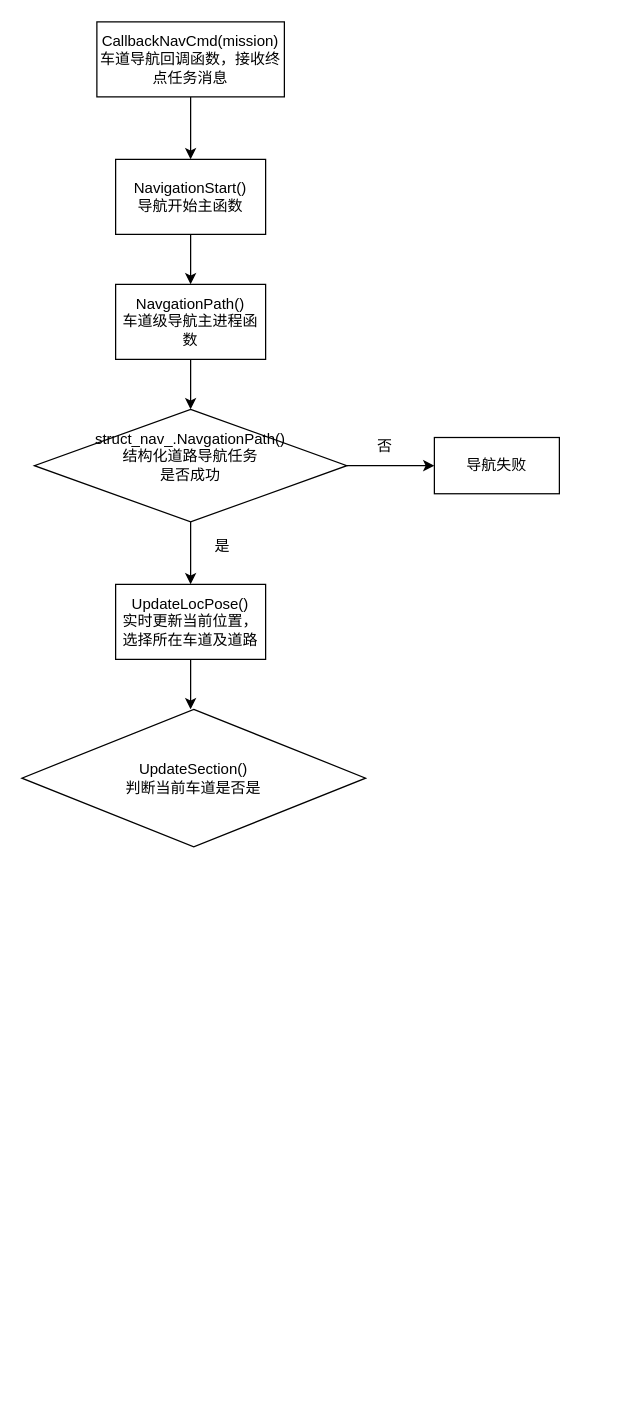
Above: mapengine4.drawio in geerniya/draw_io (draw.io), before the change. Source tidied: cells renumbered, new cells numbered last; positions are measured from the earlier drawing's top-left corner, leaving out a move shared by most shapes. Both pictures are drawn from the tidied source at 125%, with x=0, y=0 at pixel (21, 21).
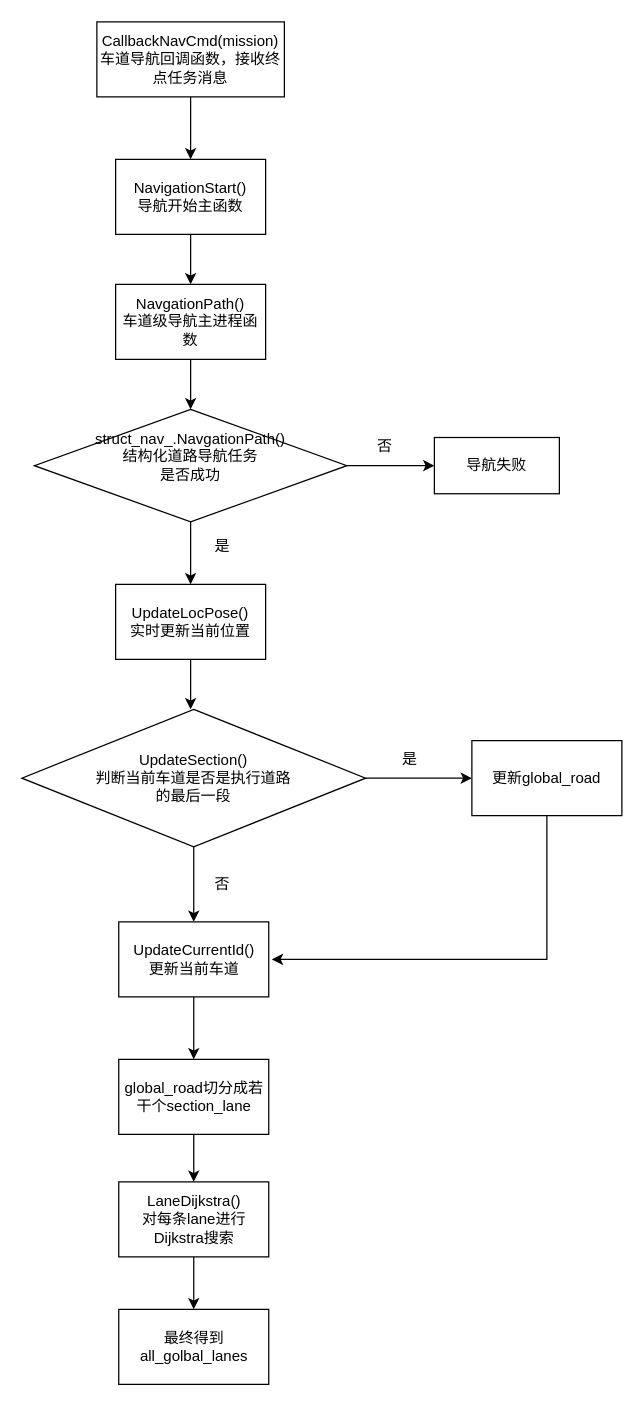
After the change.

The edit, as a diff of the source:
```diff
@@
-    <mxCell id="14" value="&lt;div&gt;UpdateLocPose()&lt;/div&gt;&lt;div&gt;实时更新当前位置，选择所在车道及道路&lt;br&gt;&lt;/div&gt;" style="whiteSpace=wrap;html=1;" parent="1" vertex="1">
+    <mxCell id="14" value="&lt;div&gt;UpdateLocPose()&lt;/div&gt;&lt;div&gt;实时更新当前位置&lt;br&gt;&lt;/div&gt;" style="whiteSpace=wrap;html=1;" parent="1" vertex="1">
       <mxGeometry x="75" y="450" width="120" height="60" as="geometry" />
     </mxCell>
@@
+    <mxCell id="17" style="edgeStyle=orthogonalEdgeStyle;rounded=0;jettySize=auto;html=1;" parent="1" edge="1" source="16" target="20">
+      <mxGeometry relative="1" as="geometry" />
+    </mxCell>
+    <mxCell id="18" style="edgeStyle=orthogonalEdgeStyle;rounded=0;jettySize=auto;html=1;" parent="1" edge="1" source="16" target="23">
+      <mxGeometry relative="1" as="geometry" />
+    </mxCell>
-    <mxCell id="16" value="&lt;div&gt;UpdateSection()&lt;/div&gt;&lt;div&gt;判断当前车道是否是&lt;br&gt;&lt;/div&gt;" style="rhombus;whiteSpace=wrap;html=1;" parent="1" vertex="1">
+    <mxCell id="16" value="&lt;div&gt;UpdateSection()&lt;/div&gt;&lt;div&gt;判断当前车道是否是执行道路&lt;/div&gt;&lt;div&gt;的最后一段&lt;br&gt;&lt;/div&gt;" style="rhombus;whiteSpace=wrap;html=1;" parent="1" vertex="1">
       <mxGeometry y="550" width="275" height="110" as="geometry" />
     </mxCell>
+    <mxCell id="19" style="edgeStyle=orthogonalEdgeStyle;rounded=0;jettySize=auto;html=1;" parent="1" edge="1" source="20">
+      <mxGeometry relative="1" as="geometry">
+        <mxPoint x="200" y="750" as="targetPoint" />
+        <Array as="points">
+          <mxPoint x="420" y="750" />
+        </Array>
+      </mxGeometry>
+    </mxCell>
+    <mxCell id="20" value="更新global_road" style="whiteSpace=wrap;html=1;" parent="1" vertex="1">
+      <mxGeometry x="360" y="575" width="120" height="60" as="geometry" />
+    </mxCell>
+    <mxCell id="21" value="是" style="text;html=1;align=center;verticalAlign=middle;strokeColor=none;fillColor=none;" parent="1" vertex="1">
+      <mxGeometry x="295" y="580" width="30" height="20" as="geometry" />
+    </mxCell>
+    <mxCell id="22" style="edgeStyle=orthogonalEdgeStyle;rounded=0;jettySize=auto;html=1;" parent="1" edge="1" source="23" target="26">
+      <mxGeometry relative="1" as="geometry" />
+    </mxCell>
+    <mxCell id="23" value="&lt;div&gt;UpdateCurrentId()&lt;/div&gt;&lt;div&gt;更新当前车道&lt;br&gt;&lt;/div&gt;" style="whiteSpace=wrap;html=1;" parent="1" vertex="1">
+      <mxGeometry x="77.5" y="720" width="120" height="60" as="geometry" />
+    </mxCell>
+    <mxCell id="24" value="否" style="text;html=1;align=center;verticalAlign=middle;strokeColor=none;fillColor=none;" parent="1" vertex="1">
+      <mxGeometry x="145" y="680" width="30" height="20" as="geometry" />
+    </mxCell>
+    <mxCell id="25" style="edgeStyle=orthogonalEdgeStyle;rounded=0;jettySize=auto;html=1;" parent="1" edge="1" source="26" target="28">
+      <mxGeometry relative="1" as="geometry" />
+    </mxCell>
+    <mxCell id="26" value="global_road切分成若干个section_lane" style="whiteSpace=wrap;html=1;" parent="1" vertex="1">
+      <mxGeometry x="77.5" y="830" width="120" height="60" as="geometry" />
+    </mxCell>
+    <mxCell id="27" style="edgeStyle=orthogonalEdgeStyle;rounded=0;jettySize=auto;html=1;" parent="1" edge="1" source="28" target="29">
+      <mxGeometry relative="1" as="geometry" />
+    </mxCell>
+    <mxCell id="28" value="&lt;div&gt;LaneDijkstra()&lt;/div&gt;&lt;div&gt;对每条lane进行Dijkstra搜索&lt;br&gt;&lt;/div&gt;" style="whiteSpace=wrap;html=1;" parent="1" vertex="1">
+      <mxGeometry x="77.5" y="928" width="120" height="60" as="geometry" />
+    </mxCell>
+    <mxCell id="29" value="最终得到all_golbal_lanes" style="whiteSpace=wrap;html=1;" parent="1" vertex="1">
+      <mxGeometry x="77.5" y="1030" width="120" height="60" as="geometry" />
+    </mxCell>
```
